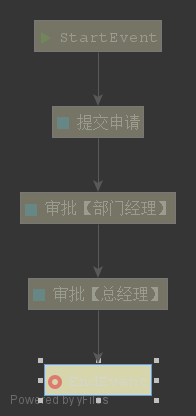
Earlier version of the BPMN export demo/src/main/resources/ApplyProcess.png (Kjobs/Activiti). Its source is kept beside it as demo/src/main/resources/ApplyProcess.bpmn. Ids are renumbered.
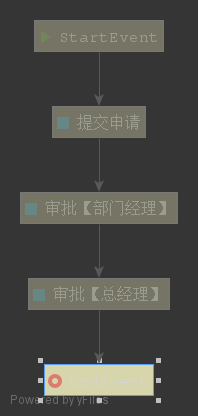
After the commit.

Commit message:
创建流程图

The edit, as a diff of the source:
```diff
@@ -1,91 +1,75 @@
-<definitions xmlns="http://www.omg.org/spec/BPMN/20100524/MODEL"
-             xmlns:omgdi="http://www.omg.org/spec/DD/20100524/DI"
-             xmlns:activiti="http://activiti.org/bpmn"
-             xmlns:omgdc="http://www.omg.org/spec/DD/20100524/DC"
-             xmlns:tns="http://www.activiti.org/test"
-             xmlns:xsd="http://www.w3.org/2001/XMLSchema"
-             xmlns:bpmndi="http://www.omg.org/spec/BPMN/20100524/DI"
-             xmlns:xsi="http://www.w3.org/2001/XMLSchema-instance"
-             expressionLanguage="http://www.w3.org/1999/XPath"
-             id="m1563866915670"
-             name=""
-             targetNamespace="http://www.activiti.org/test"
-             typeLanguage="http://www.w3.org/2001/XMLSchema">
-   <process id="myProcess_1" isClosed="false" isExecutable="true"
-            processType="None">
-      <startEvent id="_2" name="StartEvent"/>
-      <userTask activiti:exclusive="true" id="_3" name="提交申请"/>
-      <userTask activiti:exclusive="true" id="_4" name="审批【部门经理】"/>
-      <userTask activiti:exclusive="true" id="_5" name="审批【总经理】"/>
-      <endEvent id="_6" name="EndEvent"/>
-      <sequenceFlow id="_7" sourceRef="_2" targetRef="_3"/>
-      <sequenceFlow id="_8" sourceRef="_3" targetRef="_4"/>
-      <sequenceFlow id="_9" sourceRef="_4" targetRef="_5"/>
-      <sequenceFlow id="_10" sourceRef="_5" targetRef="_6"/>
-   </process>
-   <bpmndi:BPMNDiagram xmlns=""
-                       documentation="background=#3C3F41;count=1;horizontalcount=1;orientation=0;width=842.4;height=1195.2;imageableWidth=832.4;imageableHeight=1185.2;imageableX=5.0;imageableY=5.0"
-                       id="Diagram-_1"
-                       name="New Diagram">
-      <bpmndi:BPMNPlane bpmnElement="myProcess_1">
-         <bpmndi:BPMNShape bpmnElement="_2" id="Shape-_2">
-            <omgdc:Bounds height="32.0" width="32.0" x="240.0" y="35.0"/>
-            <bpmndi:BPMNLabel>
-               <omgdc:Bounds height="32.0" width="32.0" x="0.0" y="0.0"/>
-            </bpmndi:BPMNLabel>
-         </bpmndi:BPMNShape>
-         <bpmndi:BPMNShape bpmnElement="_3" id="Shape-_3">
-            <omgdc:Bounds height="55.0" width="85.0" x="215.0" y="125.0"/>
-            <bpmndi:BPMNLabel>
-               <omgdc:Bounds height="55.0" width="85.0" x="0.0" y="0.0"/>
-            </bpmndi:BPMNLabel>
-         </bpmndi:BPMNShape>
-         <bpmndi:BPMNShape bpmnElement="_4" id="Shape-_4">
-            <omgdc:Bounds height="55.0" width="85.0" x="215.0" y="230.0"/>
-            <bpmndi:BPMNLabel>
-               <omgdc:Bounds height="55.0" width="85.0" x="0.0" y="0.0"/>
-            </bpmndi:BPMNLabel>
-         </bpmndi:BPMNShape>
-         <bpmndi:BPMNShape bpmnElement="_5" id="Shape-_5">
-            <omgdc:Bounds height="55.0" width="85.0" x="215.0" y="335.0"/>
-            <bpmndi:BPMNLabel>
-               <omgdc:Bounds height="55.0" width="85.0" x="0.0" y="0.0"/>
-            </bpmndi:BPMNLabel>
-         </bpmndi:BPMNShape>
-         <bpmndi:BPMNShape bpmnElement="_6" id="Shape-_6">
-            <omgdc:Bounds height="32.0" width="32.0" x="240.0" y="445.0"/>
-            <bpmndi:BPMNLabel>
-               <omgdc:Bounds height="32.0" width="32.0" x="0.0" y="0.0"/>
-            </bpmndi:BPMNLabel>
-         </bpmndi:BPMNShape>
-         <bpmndi:BPMNEdge bpmnElement="_7" id="BPMNEdge__7" sourceElement="_2" targetElement="_3">
-            <omgdi:waypoint x="256.0" y="67.0"/>
-            <omgdi:waypoint x="256.0" y="125.0"/>
-            <bpmndi:BPMNLabel>
-               <omgdc:Bounds height="0.0" width="0.0" x="0.0" y="0.0"/>
-            </bpmndi:BPMNLabel>
-         </bpmndi:BPMNEdge>
-         <bpmndi:BPMNEdge bpmnElement="_8" id="BPMNEdge__8" sourceElement="_3" targetElement="_4">
-            <omgdi:waypoint x="257.5" y="180.0"/>
-            <omgdi:waypoint x="257.5" y="230.0"/>
-            <bpmndi:BPMNLabel>
-               <omgdc:Bounds height="0.0" width="0.0" x="0.0" y="0.0"/>
-            </bpmndi:BPMNLabel>
-         </bpmndi:BPMNEdge>
-         <bpmndi:BPMNEdge bpmnElement="_9" id="BPMNEdge__9" sourceElement="_4" targetElement="_5">
-            <omgdi:waypoint x="257.5" y="285.0"/>
-            <omgdi:waypoint x="257.5" y="335.0"/>
-            <bpmndi:BPMNLabel>
-               <omgdc:Bounds height="0.0" width="0.0" x="0.0" y="0.0"/>
-            </bpmndi:BPMNLabel>
-         </bpmndi:BPMNEdge>
-         <bpmndi:BPMNEdge bpmnElement="_10" id="BPMNEdge__10" sourceElement="_5" targetElement="_6">
-            <omgdi:waypoint x="256.0" y="390.0"/>
-            <omgdi:waypoint x="256.0" y="445.0"/>
-            <bpmndi:BPMNLabel>
-               <omgdc:Bounds height="0.0" width="0.0" x="0.0" y="0.0"/>
-            </bpmndi:BPMNLabel>
-         </bpmndi:BPMNEdge>
-      </bpmndi:BPMNPlane>
-   </bpmndi:BPMNDiagram>
+<definitions xmlns="http://www.omg.org/spec/BPMN/20100524/MODEL" xmlns:activiti="http://activiti.org/bpmn" xmlns:bpmndi="http://www.omg.org/spec/BPMN/20100524/DI" xmlns:omgdc="http://www.omg.org/spec/DD/20100524/DC" xmlns:omgdi="http://www.omg.org/spec/DD/20100524/DI" xmlns:tns="http://www.activiti.org/test" xmlns:xsd="http://www.w3.org/2001/XMLSchema" xmlns:xsi="http://www.w3.org/2001/XMLSchema-instance" expressionLanguage="http://www.w3.org/1999/XPath" id="m1563866915670" name="" targetNamespace="http://www.activiti.org/test" typeLanguage="http://www.w3.org/2001/XMLSchema">
+  <process id="myProcess_1" isClosed="false" isExecutable="true" name="ApplyProcess" processType="None">
+    <startEvent id="_2" name="StartEvent"/>
+    <userTask activiti:exclusive="true" id="_3" name="提交申请"/>
+    <userTask activiti:exclusive="true" id="_4" name="审批【部门经理】"/>
+    <userTask activiti:exclusive="true" id="_5" name="审批【总经理】"/>
+    <endEvent id="_6" name="EndEvent"/>
+    <sequenceFlow id="_7" sourceRef="_2" targetRef="_3"/>
+    <sequenceFlow id="_8" sourceRef="_3" targetRef="_4"/>
+    <sequenceFlow id="_9" sourceRef="_4" targetRef="_5"/>
+    <sequenceFlow id="_10" sourceRef="_5" targetRef="_6"/>
+  </process>
+  <bpmndi:BPMNDiagram documentation="background=#3C3F41;count=1;horizontalcount=1;orientation=0;width=842.4;height=1195.2;imageableWidth=832.4;imageableHeight=1185.2;imageableX=5.0;imageableY=5.0" id="Diagram-_1" name="New Diagram">
+    <bpmndi:BPMNPlane bpmnElement="myProcess_1">
+      <bpmndi:BPMNShape bpmnElement="_2" id="Shape-_2">
+        <omgdc:Bounds height="32.0" width="32.0" x="240.0" y="35.0"/>
+        <bpmndi:BPMNLabel>
+          <omgdc:Bounds height="32.0" width="32.0" x="0.0" y="0.0"/>
+        </bpmndi:BPMNLabel>
+      </bpmndi:BPMNShape>
+      <bpmndi:BPMNShape bpmnElement="_3" id="Shape-_3">
+        <omgdc:Bounds height="55.0" width="85.0" x="215.0" y="125.0"/>
+        <bpmndi:BPMNLabel>
+          <omgdc:Bounds height="55.0" width="85.0" x="0.0" y="0.0"/>
+        </bpmndi:BPMNLabel>
+      </bpmndi:BPMNShape>
+      <bpmndi:BPMNShape bpmnElement="_4" id="Shape-_4">
+        <omgdc:Bounds height="55.0" width="85.0" x="215.0" y="230.0"/>
+        <bpmndi:BPMNLabel>
+          <omgdc:Bounds height="55.0" width="85.0" x="0.0" y="0.0"/>
+        </bpmndi:BPMNLabel>
+      </bpmndi:BPMNShape>
+      <bpmndi:BPMNShape bpmnElement="_5" id="Shape-_5">
+        <omgdc:Bounds height="55.0" width="85.0" x="215.0" y="335.0"/>
+        <bpmndi:BPMNLabel>
+          <omgdc:Bounds height="55.0" width="85.0" x="0.0" y="0.0"/>
+        </bpmndi:BPMNLabel>
+      </bpmndi:BPMNShape>
+      <bpmndi:BPMNShape bpmnElement="_6" id="Shape-_6">
+        <omgdc:Bounds height="32.0" width="32.0" x="240.0" y="445.0"/>
+        <bpmndi:BPMNLabel>
+          <omgdc:Bounds height="32.0" width="32.0" x="0.0" y="0.0"/>
+        </bpmndi:BPMNLabel>
+      </bpmndi:BPMNShape>
+      <bpmndi:BPMNEdge bpmnElement="_7" id="BPMNEdge__7" sourceElement="_2" targetElement="_3">
+        <omgdi:waypoint x="256.0" y="67.0"/>
+        <omgdi:waypoint x="256.0" y="125.0"/>
+        <bpmndi:BPMNLabel>
+          <omgdc:Bounds height="0.0" width="0.0" x="0.0" y="0.0"/>
+        </bpmndi:BPMNLabel>
+      </bpmndi:BPMNEdge>
+      <bpmndi:BPMNEdge bpmnElement="_8" id="BPMNEdge__8" sourceElement="_3" targetElement="_4">
+        <omgdi:waypoint x="257.5" y="180.0"/>
+        <omgdi:waypoint x="257.5" y="230.0"/>
+        <bpmndi:BPMNLabel>
+          <omgdc:Bounds height="0.0" width="0.0" x="0.0" y="0.0"/>
+        </bpmndi:BPMNLabel>
+      </bpmndi:BPMNEdge>
+      <bpmndi:BPMNEdge bpmnElement="_9" id="BPMNEdge__9" sourceElement="_4" targetElement="_5">
+        <omgdi:waypoint x="257.5" y="285.0"/>
+        <omgdi:waypoint x="257.5" y="335.0"/>
+        <bpmndi:BPMNLabel>
+          <omgdc:Bounds height="0.0" width="0.0" x="0.0" y="0.0"/>
+        </bpmndi:BPMNLabel>
+      </bpmndi:BPMNEdge>
+      <bpmndi:BPMNEdge bpmnElement="_10" id="BPMNEdge__10" sourceElement="_5" targetElement="_6">
+        <omgdi:waypoint x="256.0" y="390.0"/>
+        <omgdi:waypoint x="256.0" y="445.0"/>
+        <bpmndi:BPMNLabel>
+          <omgdc:Bounds height="0.0" width="0.0" x="0.0" y="0.0"/>
+        </bpmndi:BPMNLabel>
+      </bpmndi:BPMNEdge>
+    </bpmndi:BPMNPlane>
+  </bpmndi:BPMNDiagram>
 </definitions>
```
